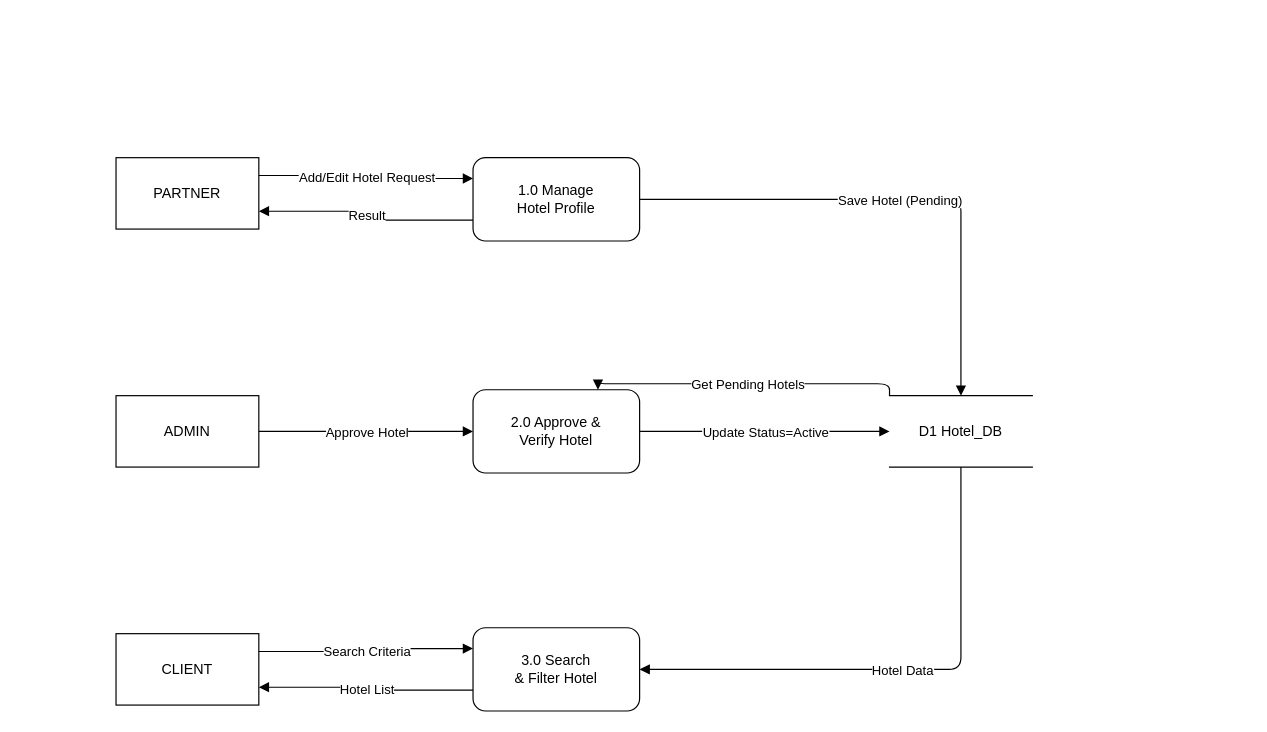
This is docs/DFD_hotel_muc1.drawio from nguyenvantai-imfine/System-Booking-service, a draw.io file, before an edit. Source tidied: cells renumbered, new cells numbered last; positions are measured from the earlier drawing's top-left corner, leaving out a move shared by most shapes. Both pictures are drawn from the tidied source at 119%, with x=0, y=0 at pixel (115, 157).
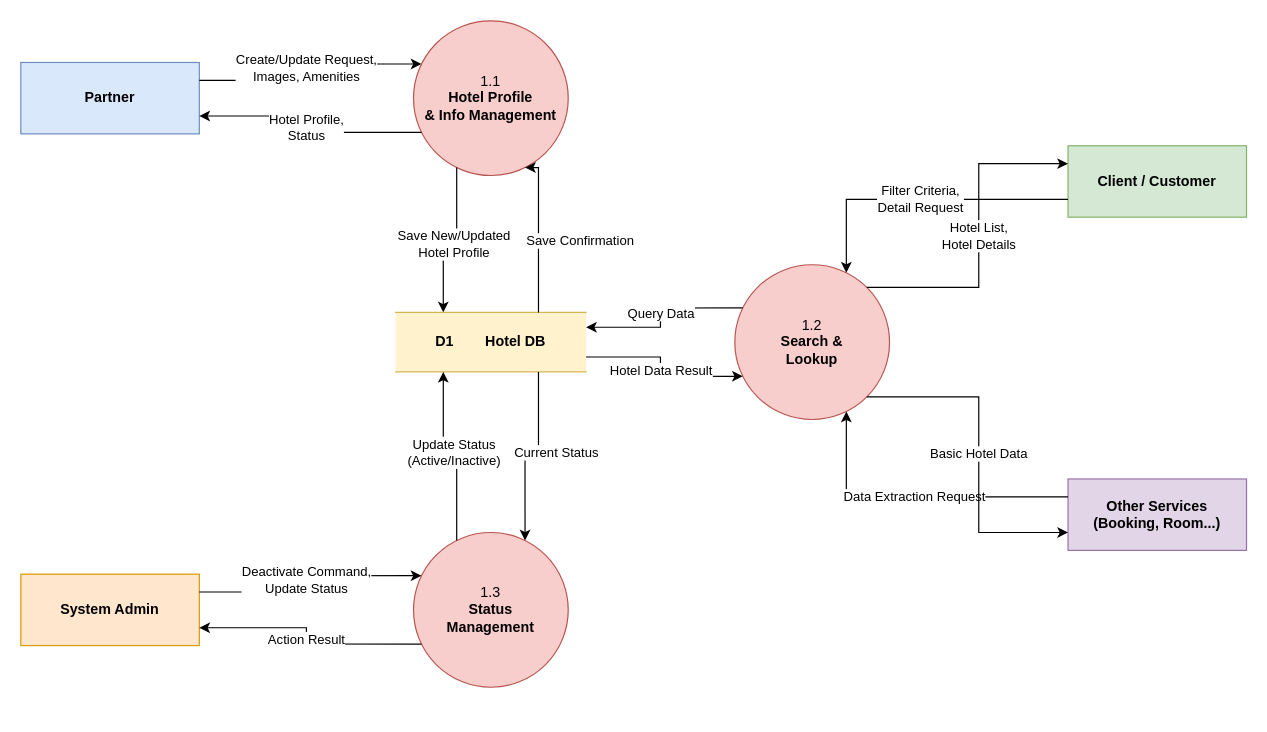
After the change.

What changed in the source:
```diff
@@
-    <mxCell id="2" value="PARTNER" style="shape=rectangle;whiteSpace=wrap;html=1;rounded=0;align=center;verticalAlign=middle;" parent="1" vertex="1">
-      <mxGeometry width="120" height="60" as="geometry" />
+    <mxCell id="2" value="Partner" style="rounded=0;whiteSpace=wrap;html=1;fillColor=#dae8fc;strokeColor=#6c8ebf;fontStyle=1;" parent="1" vertex="1">
+      <mxGeometry x="-80" y="-80" width="150" height="60" as="geometry" />
     </mxCell>
-    <mxCell id="3" value="ADMIN" style="shape=rectangle;whiteSpace=wrap;html=1;rounded=0;align=center;verticalAlign=middle;" parent="1" vertex="1">
-      <mxGeometry y="200" width="120" height="60" as="geometry" />
+    <mxCell id="3" value="System Admin" style="rounded=0;whiteSpace=wrap;html=1;fillColor=#ffe6cc;strokeColor=#d79b00;fontStyle=1;" parent="1" vertex="1">
+      <mxGeometry x="-80" y="350" width="150" height="60" as="geometry" />
     </mxCell>
-    <mxCell id="4" value="CLIENT" style="shape=rectangle;whiteSpace=wrap;html=1;rounded=0;align=center;verticalAlign=middle;" parent="1" vertex="1">
-      <mxGeometry y="400" width="120" height="60" as="geometry" />
+    <mxCell id="4" value="Client / Customer" style="rounded=0;whiteSpace=wrap;html=1;fillColor=#d5e8d4;strokeColor=#82b366;fontStyle=1;" parent="1" vertex="1">
+      <mxGeometry x="800" y="-10" width="150" height="60" as="geometry" />
     </mxCell>
-    <mxCell id="5" value="1.0 Manage&#10;Hotel Profile" style="rounded=1;whiteSpace=wrap;html=1;align=center;verticalAlign=middle;" parent="1" vertex="1">
-      <mxGeometry x="300" width="140" height="70" as="geometry" />
-    </mxCell>
-    <mxCell id="6" value="2.0 Approve &amp;&#10;Verify Hotel" style="rounded=1;whiteSpace=wrap;html=1;align=center;verticalAlign=middle;" parent="1" vertex="1">
-      <mxGeometry x="300" y="195" width="140" height="70" as="geometry" />
-    </mxCell>
-    <mxCell id="7" value="3.0 Search&#10;&amp; Filter Hotel" style="rounded=1;whiteSpace=wrap;html=1;align=center;verticalAlign=middle;" parent="1" vertex="1">
-      <mxGeometry x="300" y="395" width="140" height="70" as="geometry" />
-    </mxCell>
-    <mxCell id="8" value="D1 Hotel_DB" style="shape=partialRectangle;whiteSpace=wrap;html=1;align=center;verticalAlign=middle;fillColor=none;left=0;right=0;" parent="1" vertex="1">
-      <mxGeometry x="650" y="200" width="120" height="60" as="geometry" />
-    </mxCell>
-    <mxCell id="9" style="edgeStyle=orthogonalEdgeStyle;html=1;endArrow=block;entryX=0;entryY=0.25;exitX=1;exitY=0.25;" parent="1" edge="1" source="2" target="5">
-      <mxGeometry relative="1" as="geometry" />
-    </mxCell>
-    <mxCell id="10" value="Add/Edit Hotel Request" style="edgeLabel;html=1;align=center;verticalAlign=middle;" parent="9" vertex="1">
-      <mxGeometry relative="1" as="geometry" />
-    </mxCell>
-    <mxCell id="11" style="edgeStyle=orthogonalEdgeStyle;html=1;endArrow=block;entryX=1;entryY=0.75;exitX=0;exitY=0.75;" parent="1" edge="1" source="5" target="2">
-      <mxGeometry relative="1" as="geometry" />
-    </mxCell>
-    <mxCell id="12" value="Result" style="edgeLabel;html=1;align=center;verticalAlign=middle;" parent="11" vertex="1">
-      <mxGeometry relative="1" as="geometry" />
-    </mxCell>
-    <mxCell id="13" style="edgeStyle=orthogonalEdgeStyle;html=1;endArrow=block;entryX=0.5;entryY=0;exitX=1;exitY=0.5;" parent="1" edge="1" source="5" target="8">
-      <mxGeometry relative="1" as="geometry" />
-    </mxCell>
-    <mxCell id="14" value="Save Hotel (Pending)" style="edgeLabel;html=1;align=center;verticalAlign=middle;" parent="13" vertex="1">
-      <mxGeometry relative="1" as="geometry" />
-    </mxCell>
-    <mxCell id="15" style="edgeStyle=orthogonalEdgeStyle;html=1;endArrow=block;entryX=0;entryY=0.5;exitX=1;exitY=0.5;" parent="1" edge="1" source="3" target="6">
-      <mxGeometry relative="1" as="geometry" />
-    </mxCell>
-    <mxCell id="16" value="Approve Hotel" style="edgeLabel;html=1;align=center;verticalAlign=middle;" parent="15" vertex="1">
-      <mxGeometry relative="1" as="geometry" />
-    </mxCell>
-    <mxCell id="17" style="edgeStyle=orthogonalEdgeStyle;html=1;endArrow=block;entryX=0;entryY=0.5;exitX=1;exitY=0.5;" parent="1" edge="1" source="6" target="8">
-      <mxGeometry relative="1" as="geometry" />
-    </mxCell>
-    <mxCell id="18" value="Update Status=Active" style="edgeLabel;html=1;align=center;verticalAlign=middle;" parent="17" vertex="1">
-      <mxGeometry relative="1" as="geometry" />
-    </mxCell>
-    <mxCell id="19" style="edgeStyle=orthogonalEdgeStyle;html=1;endArrow=block;entryX=0.75;entryY=0;exitX=0;exitY=0;" parent="1" edge="1" source="8" target="6">
-      <mxGeometry relative="1" as="geometry" />
-    </mxCell>
-    <mxCell id="20" value="Get Pending Hotels" style="edgeLabel;html=1;align=center;verticalAlign=middle;" parent="19" vertex="1">
-      <mxGeometry relative="1" as="geometry" />
-    </mxCell>
-    <mxCell id="21" style="edgeStyle=orthogonalEdgeStyle;html=1;endArrow=block;entryX=0;entryY=0.25;exitX=1;exitY=0.25;" parent="1" edge="1" source="4" target="7">
-      <mxGeometry relative="1" as="geometry" />
-    </mxCell>
-    <mxCell id="22" value="Search Criteria" style="edgeLabel;html=1;align=center;verticalAlign=middle;" parent="21" vertex="1">
-      <mxGeometry relative="1" as="geometry" />
-    </mxCell>
-    <mxCell id="23" style="edgeStyle=orthogonalEdgeStyle;html=1;endArrow=block;entryX=1;entryY=0.75;exitX=0;exitY=0.75;" parent="1" edge="1" source="7" target="4">
-      <mxGeometry relative="1" as="geometry" />
-    </mxCell>
-    <mxCell id="24" value="Hotel List" style="edgeLabel;html=1;align=center;verticalAlign=middle;" parent="23" vertex="1">
-      <mxGeometry relative="1" as="geometry" />
-    </mxCell>
-    <mxCell id="25" style="edgeStyle=orthogonalEdgeStyle;html=1;endArrow=block;entryX=1;entryY=0.5;exitX=0.5;exitY=1;" parent="1" edge="1" source="8" target="7">
-      <mxGeometry relative="1" as="geometry" />
-    </mxCell>
-    <mxCell id="26" value="Hotel Data" style="edgeLabel;html=1;align=center;verticalAlign=middle;" parent="25" vertex="1">
-      <mxGeometry relative="1" as="geometry" />
-    </mxCell>
+    <mxCell id="27" value="Other Services&lt;br&gt;(Booking, Room...)" style="rounded=0;whiteSpace=wrap;html=1;fillColor=#e1d5e7;strokeColor=#9673a6;fontStyle=1;" parent="1" vertex="1">
+      <mxGeometry x="800" y="270" width="150" height="60" as="geometry" />
+    </mxCell>
+    <mxCell id="28" value="1.1&lt;br&gt;&lt;b&gt;Hotel Profile&lt;br&gt;&amp;amp; Info Management&lt;/b&gt;" style="ellipse;whiteSpace=wrap;html=1;fillColor=#f8cecc;strokeColor=#b85450;" parent="1" vertex="1">
+      <mxGeometry x="250" y="-115" width="130" height="130" as="geometry" />
+    </mxCell>
+    <mxCell id="29" value="1.2&lt;br&gt;&lt;b&gt;Search &amp;amp;&lt;br&gt;Lookup&lt;/b&gt;" style="ellipse;whiteSpace=wrap;html=1;fillColor=#f8cecc;strokeColor=#b85450;" parent="1" vertex="1">
+      <mxGeometry x="520" y="90" width="130" height="130" as="geometry" />
+    </mxCell>
+    <mxCell id="30" value="1.3&lt;br&gt;&lt;b&gt;Status&lt;br&gt;Management&lt;/b&gt;" style="ellipse;whiteSpace=wrap;html=1;fillColor=#f8cecc;strokeColor=#b85450;" parent="1" vertex="1">
+      <mxGeometry x="250" y="315" width="130" height="130" as="geometry" />
+    </mxCell>
+    <mxCell id="31" value="D1&amp;nbsp; &amp;nbsp; &amp;nbsp; &amp;nbsp; Hotel DB" style="shape=partialRectangle;whiteSpace=wrap;html=1;left=0;right=0;fillColor=#fff2cc;strokeColor=#d6b656;fontStyle=1;" parent="1" vertex="1">
+      <mxGeometry x="235" y="130" width="160" height="50" as="geometry" />
+    </mxCell>
+    <mxCell id="32" value="Create/Update Request,&lt;br&gt;Images, Amenities" style="edgeStyle=orthogonalEdgeStyle;rounded=0;html=1;exitX=1;exitY=0.25;entryX=0;entryY=0.25;labelBackgroundColor=#ffffff;" parent="1" edge="1" source="2" target="28">
+      <mxGeometry relative="1" as="geometry" />
+    </mxCell>
+    <mxCell id="33" value="Hotel Profile,&lt;br&gt;Status" style="edgeStyle=orthogonalEdgeStyle;rounded=0;html=1;exitX=0;exitY=0.75;entryX=1;entryY=0.75;labelBackgroundColor=#ffffff;" parent="1" edge="1" source="28" target="2">
+      <mxGeometry relative="1" as="geometry" />
+    </mxCell>
+    <mxCell id="34" value="Deactivate Command,&lt;br&gt;Update Status" style="edgeStyle=orthogonalEdgeStyle;rounded=0;html=1;exitX=1;exitY=0.25;entryX=0;entryY=0.25;labelBackgroundColor=#ffffff;" parent="1" edge="1" source="3" target="30">
+      <mxGeometry relative="1" as="geometry" />
+    </mxCell>
+    <mxCell id="35" value="Action Result" style="edgeStyle=orthogonalEdgeStyle;rounded=0;html=1;exitX=0;exitY=0.75;entryX=1;entryY=0.75;labelBackgroundColor=#ffffff;" parent="1" edge="1" source="30" target="3">
+      <mxGeometry relative="1" as="geometry" />
+    </mxCell>
+    <mxCell id="36" value="Save New/Updated&lt;br&gt;Hotel Profile" style="edgeStyle=orthogonalEdgeStyle;rounded=0;html=1;exitX=0.25;exitY=1;entryX=0.25;entryY=0;labelBackgroundColor=#ffffff;" parent="1" edge="1" source="28" target="31">
+      <mxGeometry relative="1" as="geometry" />
+    </mxCell>
+    <mxCell id="37" value="Save Confirmation" style="edgeStyle=orthogonalEdgeStyle;rounded=0;html=1;exitX=0.75;exitY=0;entryX=0.75;entryY=1;labelBackgroundColor=#ffffff;" parent="1" edge="1" source="31" target="28">
+      <mxGeometry x="-0.1" y="-35" relative="1" as="geometry">
+        <Array as="points">
+          <mxPoint x="355" y="8.3" />
+        </Array>
+      </mxGeometry>
+    </mxCell>
+    <mxCell id="38" value="Update Status&lt;br&gt;(Active/Inactive)" style="edgeStyle=orthogonalEdgeStyle;rounded=0;html=1;exitX=0.25;exitY=0;entryX=0.25;entryY=1;labelBackgroundColor=#ffffff;" parent="1" edge="1" source="30" target="31">
+      <mxGeometry relative="1" as="geometry" />
+    </mxCell>
+    <mxCell id="39" value="Current Status" style="edgeStyle=orthogonalEdgeStyle;rounded=0;html=1;exitX=0.75;exitY=1;entryX=0.75;entryY=0;labelBackgroundColor=#ffffff;" parent="1" edge="1" source="31" target="30">
+      <mxGeometry x="-0.12" y="-15" relative="1" as="geometry">
+        <mxPoint x="30" y="1" as="offset" />
+      </mxGeometry>
+    </mxCell>
+    <mxCell id="40" value="Query Data" style="edgeStyle=orthogonalEdgeStyle;rounded=0;html=1;exitX=0;exitY=0.25;entryX=1;entryY=0.25;labelBackgroundColor=#ffffff;" parent="1" edge="1" source="29" target="31">
+      <mxGeometry relative="1" as="geometry" />
+    </mxCell>
+    <mxCell id="41" value="Hotel Data Result" style="edgeStyle=orthogonalEdgeStyle;rounded=0;html=1;exitX=1;exitY=0.75;entryX=0;entryY=0.75;labelBackgroundColor=#ffffff;" parent="1" edge="1" source="31" target="29">
+      <mxGeometry relative="1" as="geometry" />
+    </mxCell>
+    <mxCell id="42" value="Filter Criteria,&lt;br&gt;Detail Request" style="edgeStyle=orthogonalEdgeStyle;rounded=0;html=1;exitX=0;exitY=0.75;entryX=0.75;entryY=0;labelBackgroundColor=#ffffff;" parent="1" edge="1" source="4" target="29">
+      <mxGeometry relative="1" as="geometry" />
+    </mxCell>
+    <mxCell id="43" value="Hotel List,&lt;br&gt;Hotel Details" style="edgeStyle=orthogonalEdgeStyle;rounded=0;html=1;exitX=1;exitY=0;entryX=0;entryY=0.25;labelBackgroundColor=#ffffff;" parent="1" edge="1" source="29" target="4">
+      <mxGeometry relative="1" as="geometry" />
+    </mxCell>
+    <mxCell id="44" value="Data Extraction Request" style="edgeStyle=orthogonalEdgeStyle;rounded=0;html=1;exitX=0;exitY=0.25;entryX=0.75;entryY=1;labelBackgroundColor=#ffffff;" parent="1" edge="1" source="27" target="29">
+      <mxGeometry relative="1" as="geometry" />
+    </mxCell>
+    <mxCell id="45" value="Basic Hotel Data" style="edgeStyle=orthogonalEdgeStyle;rounded=0;html=1;exitX=1;exitY=1;entryX=0;entryY=0.75;labelBackgroundColor=#ffffff;" parent="1" edge="1" source="29" target="27">
+      <mxGeometry relative="1" as="geometry" />
+    </mxCell>
```
